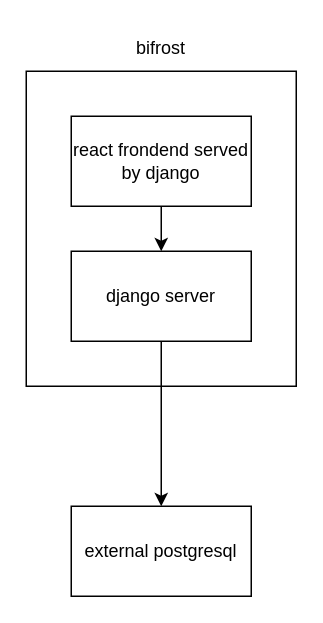
Earlier version of the draw.io diagram page "bifrost" (3 of 10) of scanning_engine.drawio (abhijitacharya793/bolt). Source tidied: cells renumbered, new cells numbered last; positions are measured from the earlier drawing's top-left corner, leaving out a move shared by most shapes. Both pictures are drawn from the tidied source at 150%, with x=0, y=0 at pixel (26, 26).
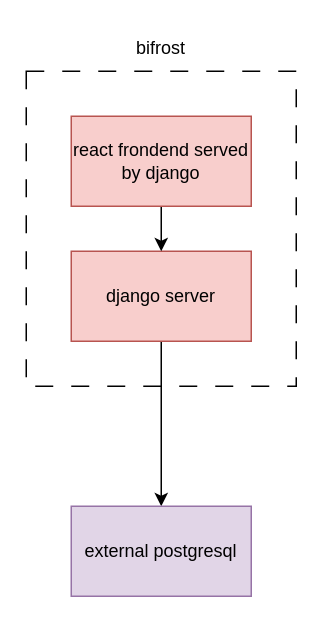
Above is the later version.

Diff of the diagram source:
```diff
@@
 <mxGraphModel>
   <root>
     <mxCell id="0" />
     <mxCell id="1" parent="0" />
-    <mxCell id="2" style="rounded=0;whiteSpace=wrap;html=1;" parent="1" vertex="1">
+    <mxCell id="2" style="rounded=0;whiteSpace=wrap;html=1;dashed=1;dashPattern=12 12;" parent="1" vertex="1">
       <mxGeometry y="30" width="180" height="210" as="geometry" />
     </mxCell>
     <mxCell id="3" style="edgeStyle=orthogonalEdgeStyle;rounded=0;jettySize=auto;html=1;" parent="1" edge="1" source="4" target="7">
       <mxGeometry relative="1" as="geometry" />
     </mxCell>
-    <mxCell id="4" value="django server" style="rounded=0;whiteSpace=wrap;html=1;" parent="1" vertex="1">
+    <mxCell id="4" value="django server" style="rounded=0;whiteSpace=wrap;html=1;fillColor=#f8cecc;strokeColor=#b85450;" parent="1" vertex="1">
       <mxGeometry x="30" y="150" width="120" height="60" as="geometry" />
     </mxCell>
     <mxCell id="5" style="edgeStyle=orthogonalEdgeStyle;rounded=0;jettySize=auto;html=1;" parent="1" edge="1" source="6" target="4">
       <mxGeometry relative="1" as="geometry" />
     </mxCell>
-    <mxCell id="6" value="react frondend served by django" style="rounded=0;whiteSpace=wrap;html=1;" parent="1" vertex="1">
+    <mxCell id="6" value="react frondend served by django" style="rounded=0;whiteSpace=wrap;html=1;fillColor=#f8cecc;strokeColor=#b85450;" parent="1" vertex="1">
       <mxGeometry x="30" y="60" width="120" height="60" as="geometry" />
     </mxCell>
-    <mxCell id="7" value="external postgresql" style="rounded=0;whiteSpace=wrap;html=1;" parent="1" vertex="1">
+    <mxCell id="7" value="external postgresql" style="rounded=0;whiteSpace=wrap;html=1;fillColor=#e1d5e7;strokeColor=#9673a6;" parent="1" vertex="1">
       <mxGeometry x="30" y="320" width="120" height="60" as="geometry" />
     </mxCell>
     <mxCell id="8" value="bifrost" style="text;html=1;strokeColor=none;fillColor=none;align=center;verticalAlign=middle;whiteSpace=wrap;rounded=0;" parent="1" vertex="1">
       <mxGeometry x="60" width="60" height="30" as="geometry" />
     </mxCell>
   </root>
 </mxGraphModel>
```
